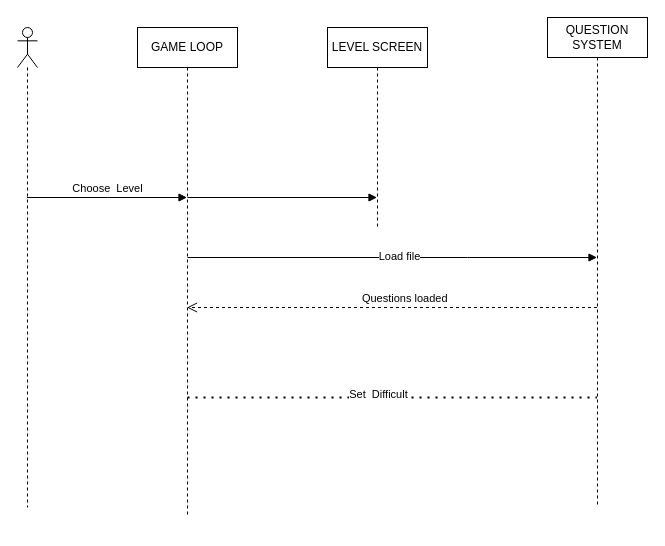
The draw.io diagram diagrams/select menu.drawio in TUHEU/MATH-RUNNER, before the edit. Source tidied: cells renumbered, new cells numbered last; positions are measured from the earlier drawing's top-left corner, leaving out a move shared by most shapes. Both pictures are drawn from the tidied source at 100%, with x=0, y=0 at pixel (17, 17).
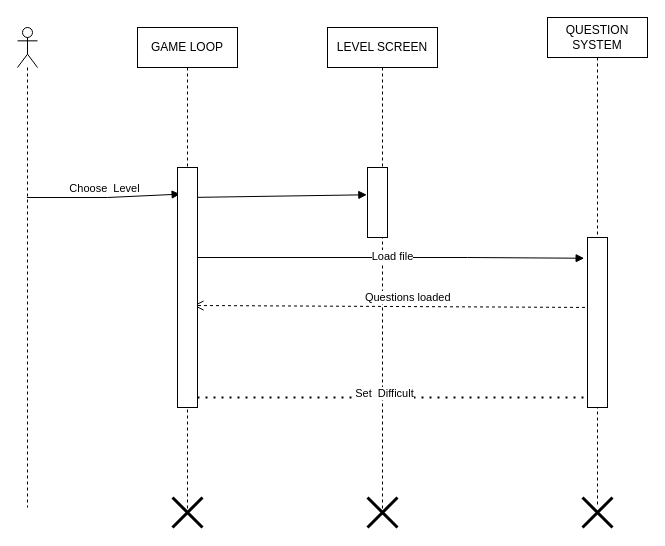
Above is the later version.

The change refers to these unchanged cells:
```xml
<mxCell id="2" style="shape=umlLifeline;perimeter=lifelinePerimeter;whiteSpace=wrap;html=1;outlineConnect=0;portConstraint=eastwest;newEdgeStyle={&quot;curved&quot;:0,&quot;rounded&quot;:0};participant=umlActor;" parent="1" vertex="1">
  <mxGeometry y="10" width="20" height="480" as="geometry" />
</mxCell>
<mxCell id="3" value="GAME LOOP" style="shape=umlLifeline;perimeter=lifelinePerimeter;whiteSpace=wrap;html=1;outlineConnect=0;portConstraint=eastwest;newEdgeStyle={&quot;curved&quot;:0,&quot;rounded&quot;:0};" parent="1" vertex="1">
  <mxGeometry x="120" y="10" width="100" height="490" as="geometry" />
</mxCell>
<mxCell id="5" value="QUESTION SYSTEM" style="shape=umlLifeline;perimeter=lifelinePerimeter;whiteSpace=wrap;html=1;outlineConnect=0;portConstraint=eastwest;newEdgeStyle={&quot;curved&quot;:0,&quot;rounded&quot;:0};" parent="1" vertex="1">
  <mxGeometry x="530" width="100" height="490" as="geometry" />
</mxCell>
```

Change to the diagram source:
```diff
@@
     <mxCell id="4" value="LEVEL SCREEN" style="shape=umlLifeline;perimeter=lifelinePerimeter;whiteSpace=wrap;html=1;outlineConnect=0;portConstraint=eastwest;newEdgeStyle={&quot;curved&quot;:0,&quot;rounded&quot;:0};" parent="1" vertex="1">
-      <mxGeometry x="310" y="10" width="100" height="200" as="geometry" />
+      <mxGeometry x="310" y="10" width="110" height="490" as="geometry" />
     </mxCell>
+    <mxCell id="13" style="shape=umlDestroy;whiteSpace=wrap;html=1;strokeWidth=3;targetShapes=umlLifeline;" parent="4" vertex="1">
+      <mxGeometry x="40" y="470" width="30" height="30" as="geometry" />
+    </mxCell>
@@
-    <mxCell id="6" value="Choose&amp;nbsp; Level" style="html=1;verticalAlign=bottom;endArrow=block;curved=0;rounded=0;" parent="1" edge="1" source="2" target="3">
+    <mxCell id="6" value="Choose&amp;nbsp; Level" style="html=1;verticalAlign=bottom;endArrow=block;curved=0;rounded=0;entryX=0.133;entryY=0.111;entryDx=0;entryDy=0;entryPerimeter=0;" parent="1" edge="1" source="2" target="14">
       <mxGeometry relative="1" as="geometry">
         <Array as="points">
           <mxPoint x="90" y="180" />
         </Array>
       </mxGeometry>
     </mxCell>
-    <mxCell id="7" style="html=1;verticalAlign=bottom;endArrow=block;curved=0;rounded=0;" parent="1" edge="1" target="4">
+    <mxCell id="7" style="html=1;verticalAlign=bottom;endArrow=block;curved=0;rounded=0;entryX=-0.033;entryY=0.39;entryDx=0;entryDy=0;entryPerimeter=0;" parent="1" edge="1" target="15">
       <mxGeometry relative="1" as="geometry">
         <mxPoint x="170" y="180" as="sourcePoint" />
       </mxGeometry>
     </mxCell>
-    <mxCell id="8" style="html=1;verticalAlign=bottom;endArrow=block;curved=0;rounded=0;" parent="1" edge="1" target="5">
+    <mxCell id="8" style="html=1;verticalAlign=bottom;endArrow=block;curved=0;rounded=0;entryX=-0.167;entryY=0.122;entryDx=0;entryDy=0;entryPerimeter=0;" parent="1" edge="1" target="16">
       <mxGeometry x="-0.07" y="10" relative="1" as="geometry">
         <mxPoint x="170" y="240" as="sourcePoint" />
         <Array as="points">
           <mxPoint x="450" y="240" />
         </Array>
       </mxGeometry>
     </mxCell>
@@
-    <mxCell id="10" value="&lt;span style=&quot;white-space: pre;&quot;&gt;&#9;&lt;/span&gt;Questions loaded" style="html=1;verticalAlign=bottom;endArrow=open;dashed=1;endSize=8;curved=0;rounded=0;" parent="1" edge="1">
+    <mxCell id="10" value="&lt;span style=&quot;white-space: pre;&quot;&gt;&#9;&lt;/span&gt;Questions loaded" style="html=1;verticalAlign=bottom;endArrow=open;dashed=1;endSize=8;curved=0;rounded=0;entryX=0.8;entryY=0.575;entryDx=0;entryDy=0;entryPerimeter=0;" parent="1" edge="1" target="14">
       <mxGeometry relative="1" as="geometry">
         <mxPoint x="579.5" y="290" as="sourcePoint" />
-        <mxPoint x="169.5" y="290" as="targetPoint" />
       </mxGeometry>
     </mxCell>
-    <mxCell id="11" style="endArrow=none;dashed=1;html=1;dashPattern=1 3;strokeWidth=2;rounded=0;" parent="1" edge="1" target="5">
-      <mxGeometry relative="1" as="geometry">
-        <mxPoint x="170" y="380" as="sourcePoint" />
-      </mxGeometry>
+    <mxCell id="11" style="endArrow=none;dashed=1;html=1;dashPattern=1 3;strokeWidth=2;rounded=0;exitX=1;exitY=0.958;exitDx=0;exitDy=0;exitPerimeter=0;" parent="1" edge="1" source="14" target="5">
+      <mxGeometry relative="1" as="geometry" />
     </mxCell>
@@
+    <mxCell id="14" style="rounded=0;whiteSpace=wrap;html=1;" parent="1" vertex="1">
+      <mxGeometry x="160" y="150" width="20" height="240" as="geometry" />
+    </mxCell>
+    <mxCell id="15" style="rounded=0;whiteSpace=wrap;html=1;" parent="1" vertex="1">
+      <mxGeometry x="350" y="150" width="20" height="70" as="geometry" />
+    </mxCell>
+    <mxCell id="16" style="rounded=0;whiteSpace=wrap;html=1;" parent="1" vertex="1">
+      <mxGeometry x="570" y="220" width="20" height="170" as="geometry" />
+    </mxCell>
+    <mxCell id="17" style="shape=umlDestroy;whiteSpace=wrap;html=1;strokeWidth=3;targetShapes=umlLifeline;" parent="1" vertex="1">
+      <mxGeometry x="155" y="480" width="30" height="30" as="geometry" />
+    </mxCell>
+    <mxCell id="18" style="shape=umlDestroy;whiteSpace=wrap;html=1;strokeWidth=3;targetShapes=umlLifeline;" parent="1" vertex="1">
+      <mxGeometry x="565" y="480" width="30" height="30" as="geometry" />
+    </mxCell>
```
